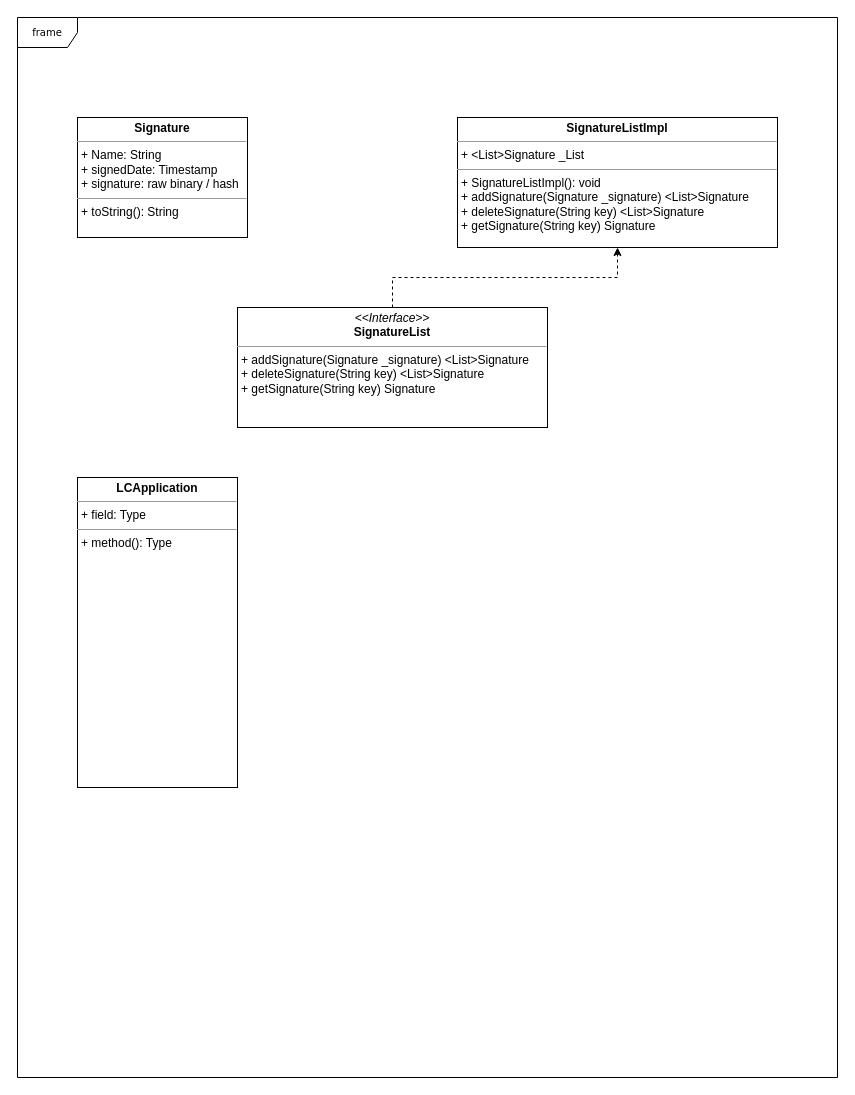
Above: Land titles.drawio in Hans-van-Velzen/Maori-Hyperledger (draw.io), before the change. Source tidied: cells renumbered, new cells numbered last; positions are measured from the earlier drawing's top-left corner, leaving out a move shared by most shapes. Both pictures are drawn from the tidied source at 100%, with x=0, y=0 at pixel (17, 17).
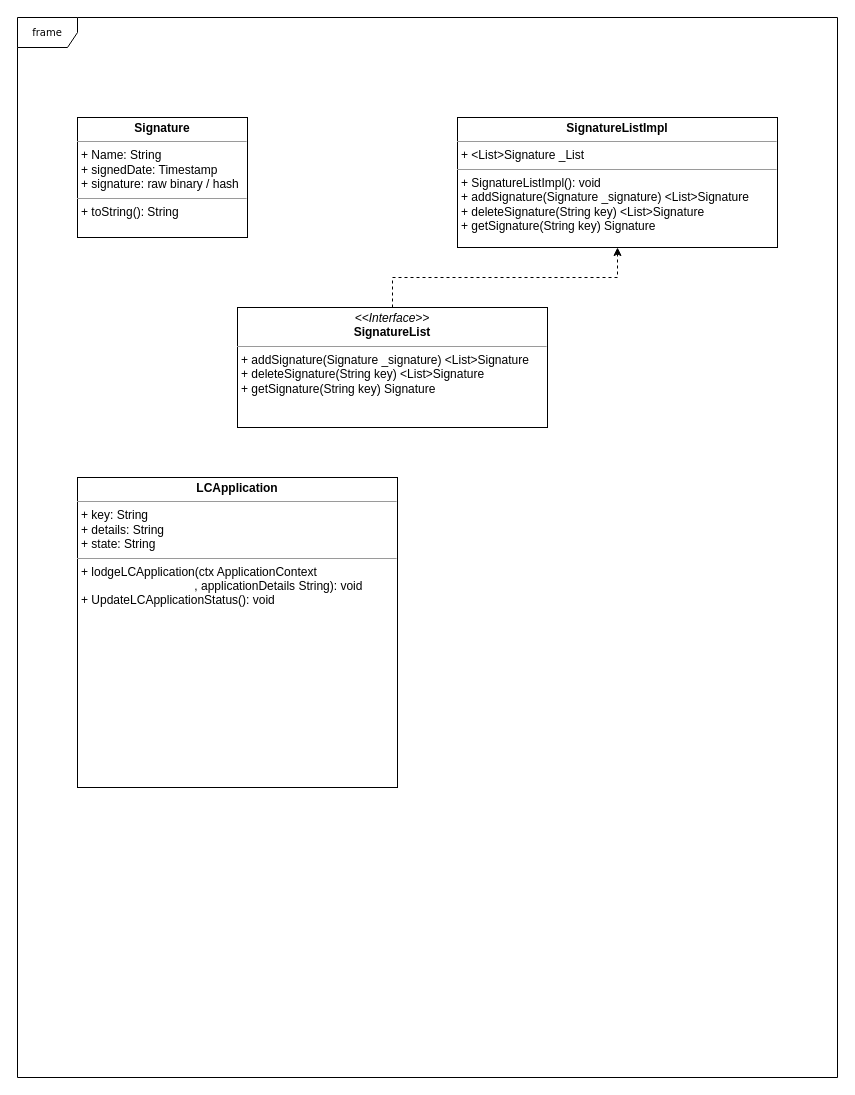
After the change.

The edit, as a diff of the source:
```diff
@@
 <mxGraphModel>
   <root>
     <mxCell id="0" />
     <mxCell id="1" parent="0" />
     <mxCell id="2" value="frame" style="shape=umlFrame;whiteSpace=wrap;html=1;rounded=0;shadow=0;comic=0;labelBackgroundColor=none;strokeWidth=1;fontFamily=Verdana;fontSize=10;align=center;" parent="1" vertex="1">
       <mxGeometry width="820" height="1060" as="geometry" />
     </mxCell>
     <mxCell id="3" value="&lt;p style=&quot;margin:0px;margin-top:4px;text-align:center;&quot;&gt;&lt;b&gt;Signature&lt;/b&gt;&lt;/p&gt;&lt;hr size=&quot;1&quot;&gt;&lt;p style=&quot;margin:0px;margin-left:4px;&quot;&gt;+ Name: String&lt;/p&gt;&lt;p style=&quot;margin:0px;margin-left:4px;&quot;&gt;+ signedDate: Timestamp&lt;/p&gt;&lt;p style=&quot;margin:0px;margin-left:4px;&quot;&gt;+ signature: raw binary / hash&lt;/p&gt;&lt;hr size=&quot;1&quot;&gt;&lt;p style=&quot;margin:0px;margin-left:4px;&quot;&gt;+ toString(): String&lt;/p&gt;&lt;p style=&quot;margin:0px;margin-left:4px;&quot;&gt;&lt;br&gt;&lt;/p&gt;" style="verticalAlign=top;align=left;overflow=fill;fontSize=12;fontFamily=Helvetica;html=1;" parent="1" vertex="1">
       <mxGeometry x="60" y="100" width="170" height="120" as="geometry" />
     </mxCell>
     <mxCell id="4" value="&lt;p style=&quot;margin:0px;margin-top:4px;text-align:center;&quot;&gt;&lt;b&gt;SignatureListImpl&lt;/b&gt;&lt;/p&gt;&lt;hr size=&quot;1&quot;&gt;&lt;p style=&quot;margin:0px;margin-left:4px;&quot;&gt;+ &amp;lt;List&amp;gt;Signature _List&lt;/p&gt;&lt;hr size=&quot;1&quot;&gt;&lt;p style=&quot;margin:0px;margin-left:4px;&quot;&gt;+ SignatureListImpl(): void&lt;/p&gt;&lt;p style=&quot;margin:0px;margin-left:4px;&quot;&gt;+ addSignature(Signature _signature) &amp;lt;List&amp;gt;Signature&lt;br&gt;&lt;/p&gt;&lt;p style=&quot;margin:0px;margin-left:4px;&quot;&gt;+ deleteSignature(String key) &amp;lt;List&amp;gt;Signature&lt;br&gt;&lt;/p&gt;&lt;p style=&quot;margin:0px;margin-left:4px;&quot;&gt;+ getSignature(String key) Signature&lt;br&gt;&lt;/p&gt;" style="verticalAlign=top;align=left;overflow=fill;fontSize=12;fontFamily=Helvetica;html=1;" parent="1" vertex="1">
       <mxGeometry x="440" y="100" width="320" height="130" as="geometry" />
     </mxCell>
     <mxCell id="5" style="edgeStyle=orthogonalEdgeStyle;rounded=0;jettySize=auto;html=1;dashed=1;" parent="1" edge="1" source="6" target="4">
       <mxGeometry relative="1" as="geometry" />
     </mxCell>
     <mxCell id="6" value="&lt;p style=&quot;margin:0px;margin-top:4px;text-align:center;&quot;&gt;&lt;i&gt;&amp;lt;&amp;lt;Interface&amp;gt;&amp;gt;&lt;/i&gt;&lt;br&gt;&lt;b&gt;SignatureList&lt;/b&gt;&lt;/p&gt;&lt;hr size=&quot;1&quot;&gt;&lt;p style=&quot;margin:0px;margin-left:4px;&quot;&gt;&lt;/p&gt;&lt;p style=&quot;margin:0px;margin-left:4px;&quot;&gt;&lt;span style=&quot;background-color: initial;&quot;&gt;+ addSignature(Signature _signature) &amp;lt;List&amp;gt;Signature&lt;/span&gt;&lt;br&gt;&lt;/p&gt;&lt;p style=&quot;margin: 0px 0px 0px 4px;&quot;&gt;+ deleteSignature(String key) &amp;lt;List&amp;gt;Signature&lt;br&gt;&lt;/p&gt;&lt;p style=&quot;margin: 0px 0px 0px 4px;&quot;&gt;+ getSignature(String key) Signature&lt;/p&gt;" style="verticalAlign=top;align=left;overflow=fill;fontSize=12;fontFamily=Helvetica;html=1;" parent="1" vertex="1">
       <mxGeometry x="220" y="290" width="310" height="120" as="geometry" />
     </mxCell>
-    <mxCell id="7" value="&lt;p style=&quot;margin:0px;margin-top:4px;text-align:center;&quot;&gt;&lt;b&gt;LCApplication&lt;/b&gt;&lt;/p&gt;&lt;hr size=&quot;1&quot;&gt;&lt;p style=&quot;margin:0px;margin-left:4px;&quot;&gt;+ field: Type&lt;/p&gt;&lt;hr size=&quot;1&quot;&gt;&lt;p style=&quot;margin:0px;margin-left:4px;&quot;&gt;+ method(): Type&lt;/p&gt;" style="verticalAlign=top;align=left;overflow=fill;fontSize=12;fontFamily=Helvetica;html=1;" parent="1" vertex="1">
-      <mxGeometry x="60" y="460" width="160" height="310" as="geometry" />
+    <mxCell id="7" value="&lt;p style=&quot;margin:0px;margin-top:4px;text-align:center;&quot;&gt;&lt;b&gt;LCApplication&lt;/b&gt;&lt;/p&gt;&lt;hr size=&quot;1&quot;&gt;&lt;p style=&quot;margin:0px;margin-left:4px;&quot;&gt;+ key: String&lt;/p&gt;&lt;p style=&quot;margin:0px;margin-left:4px;&quot;&gt;+ details: String&lt;/p&gt;&lt;p style=&quot;margin:0px;margin-left:4px;&quot;&gt;+ state: String&lt;/p&gt;&lt;hr size=&quot;1&quot;&gt;&lt;p style=&quot;margin:0px;margin-left:4px;&quot;&gt;+ lodgeLCApplication(ctx ApplicationContext&lt;/p&gt;&lt;p style=&quot;margin:0px;margin-left:4px;&quot;&gt;&amp;nbsp; &amp;nbsp; &amp;nbsp; &amp;nbsp; &amp;nbsp; &amp;nbsp; &amp;nbsp; &amp;nbsp; &amp;nbsp; &amp;nbsp; &amp;nbsp; &amp;nbsp; &amp;nbsp; &amp;nbsp; &amp;nbsp; &amp;nbsp; &amp;nbsp; , applicationDetails String): void&lt;/p&gt;&lt;p style=&quot;margin:0px;margin-left:4px;&quot;&gt;+&amp;nbsp;UpdateLCApplicationStatus(): void&lt;/p&gt;" style="verticalAlign=top;align=left;overflow=fill;fontSize=12;fontFamily=Helvetica;html=1;" parent="1" vertex="1">
+      <mxGeometry x="60" y="460" width="320" height="310" as="geometry" />
     </mxCell>
   </root>
 </mxGraphModel>
```
